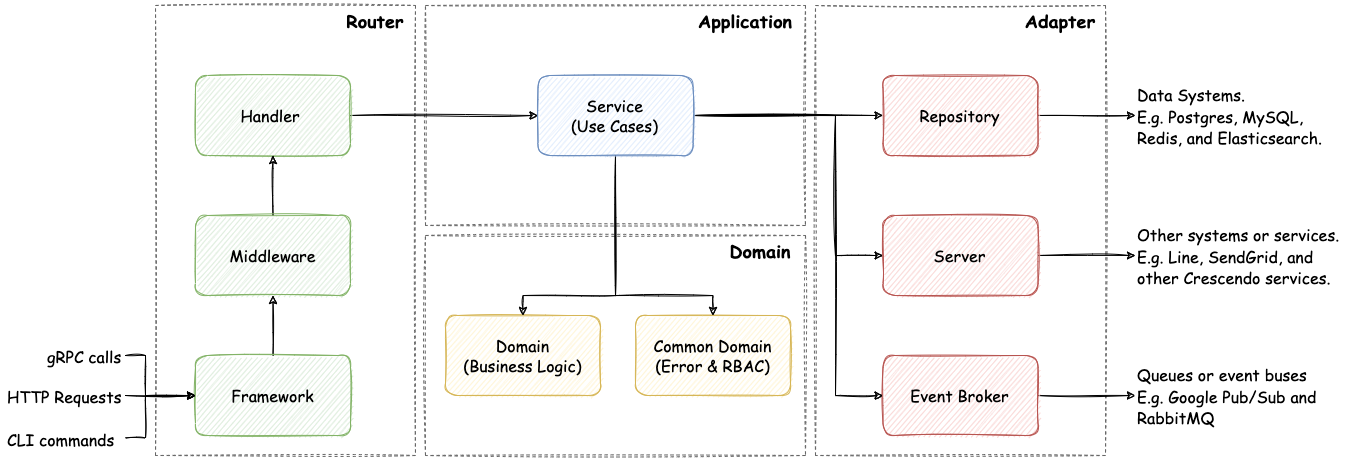
Before: docs/clean-architecture-overview.png, a diagram exported from draw.io (chatbotgang/go-clean-arch). Source tidied: cells renumbered, new cells last; positions are measured from the earlier drawing's top-left corner, leaving out a move shared by most shapes.
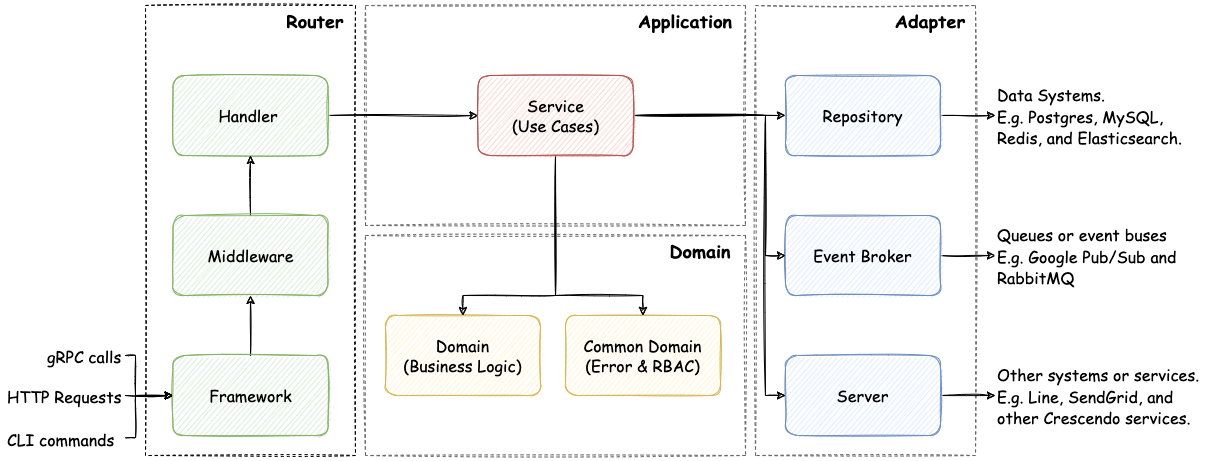
After the change.

Change to the diagram source:
```diff
@@ -2,17 +2,17 @@
   <root>
     <mxCell id="0" />
     <mxCell id="1" parent="0" />
+    <mxCell id="4" style="rounded=0;whiteSpace=wrap;html=1;sketch=1;fillColor=none;strokeColor=#666666;fontColor=#333333;dashed=1;" parent="1" vertex="1">
+      <mxGeometry x="420" width="380" height="220" as="geometry" />
+    </mxCell>
-    <mxCell id="2" style="rounded=0;whiteSpace=wrap;html=1;dashed=1;sketch=1;fillColor=none;strokeColor=#666666;fontColor=#333333;" parent="1" vertex="1">
-      <mxGeometry x="810" width="290" height="450" as="geometry" />
+    <mxCell id="2" style="rounded=0;whiteSpace=wrap;html=1;sketch=1;fillColor=none;strokeColor=#666666;fontColor=#333333;dashed=1;" parent="1" vertex="1">
+      <mxGeometry x="810" width="220" height="450" as="geometry" />
     </mxCell>
-    <mxCell id="3" style="rounded=0;whiteSpace=wrap;html=1;dashed=1;sketch=1;fillColor=none;strokeColor=#666666;fontColor=#333333;" parent="1" vertex="1">
+    <mxCell id="3" style="rounded=0;whiteSpace=wrap;html=1;sketch=1;fillColor=none;strokeColor=#666666;fontColor=#333333;dashed=1;" parent="1" vertex="1">
       <mxGeometry x="420" y="230" width="380" height="220" as="geometry" />
     </mxCell>
-    <mxCell id="4" style="rounded=0;whiteSpace=wrap;html=1;dashed=1;sketch=1;fillColor=none;strokeColor=#666666;fontColor=#333333;" parent="1" vertex="1">
-      <mxGeometry x="420" width="380" height="220" as="geometry" />
-    </mxCell>
-    <mxCell id="5" style="rounded=0;whiteSpace=wrap;html=1;dashed=1;sketch=1;fillColor=none;strokeColor=#666666;fontColor=#333333;" parent="1" vertex="1">
-      <mxGeometry x="150" width="260" height="450" as="geometry" />
+    <mxCell id="5" style="rounded=0;whiteSpace=wrap;html=1;sketch=1;dashed=1;strokeWidth=1;fillColor=none;fontColor=#333333;strokeColor=default;" parent="1" vertex="1">
+      <mxGeometry x="200" width="210" height="450" as="geometry" />
     </mxCell>
     <mxCell id="6" value="&lt;b&gt;&lt;font face=&quot;Comic Sans MS&quot; style=&quot;font-size: 18px;&quot;&gt;Router&lt;/font&gt;&lt;/b&gt;" style="text;html=1;strokeColor=none;fillColor=none;align=center;verticalAlign=middle;whiteSpace=wrap;rounded=0;dashed=1;" parent="1" vertex="1">
       <mxGeometry x="330" width="80" height="30" as="geometry" />
@@ -24,43 +24,43 @@
       <mxGeometry x="680" width="120" height="30" as="geometry" />
     </mxCell>
     <mxCell id="9" value="&lt;b&gt;&lt;font face=&quot;Comic Sans MS&quot; style=&quot;font-size: 18px;&quot;&gt;Adapter&lt;/font&gt;&lt;/b&gt;" style="text;html=1;strokeColor=none;fillColor=none;align=center;verticalAlign=middle;whiteSpace=wrap;rounded=0;dashed=1;" parent="1" vertex="1">
-      <mxGeometry x="1010" width="90" height="30" as="geometry" />
+      <mxGeometry x="940" width="90" height="30" as="geometry" />
     </mxCell>
     <mxCell id="10" value="&lt;font face=&quot;Comic Sans MS&quot; style=&quot;font-size: 16px;&quot;&gt;Domain&lt;br&gt;(Business Logic)&lt;br&gt;&lt;/font&gt;" style="rounded=1;whiteSpace=wrap;html=1;fontSize=14;sketch=1;fillColor=#fff2cc;strokeColor=#d6b656;" parent="1" vertex="1">
       <mxGeometry x="440" y="310" width="155" height="80" as="geometry" />
     </mxCell>
     <mxCell id="11" value="&lt;font face=&quot;Comic Sans MS&quot; style=&quot;font-size: 16px;&quot;&gt;Common Domain&lt;br&gt;(Error &amp;amp; RBAC)&lt;br&gt;&lt;/font&gt;" style="rounded=1;whiteSpace=wrap;html=1;fontSize=14;sketch=1;fillColor=#fff2cc;strokeColor=#d6b656;" parent="1" vertex="1">
-      <mxGeometry x="630" y="310" width="155" height="80" as="geometry" />
+      <mxGeometry x="620" y="310" width="155" height="80" as="geometry" />
     </mxCell>
     <mxCell id="12" style="edgeStyle=orthogonalEdgeStyle;rounded=0;sketch=1;jettySize=auto;html=1;exitX=1;exitY=0.5;exitDx=0;exitDy=0;fontFamily=Comic Sans MS;fontSize=18;" parent="1" edge="1" source="13" target="26">
       <mxGeometry relative="1" as="geometry" />
     </mxCell>
-    <mxCell id="13" value="&lt;font face=&quot;Comic Sans MS&quot; style=&quot;font-size: 16px;&quot;&gt;Repository&lt;br&gt;&lt;/font&gt;" style="rounded=1;whiteSpace=wrap;html=1;fontSize=14;sketch=1;fillColor=#f8cecc;strokeColor=#b85450;" parent="1" vertex="1">
-      <mxGeometry x="877.5" y="70" width="155" height="80" as="geometry" />
+    <mxCell id="13" value="&lt;font face=&quot;Comic Sans MS&quot; style=&quot;font-size: 16px;&quot;&gt;Repository&lt;br&gt;&lt;/font&gt;" style="rounded=1;whiteSpace=wrap;html=1;fontSize=14;sketch=1;fillColor=#dae8fc;strokeColor=#6c8ebf;" parent="1" vertex="1">
+      <mxGeometry x="840" y="70" width="155" height="80" as="geometry" />
     </mxCell>
     <mxCell id="14" style="edgeStyle=orthogonalEdgeStyle;rounded=0;sketch=1;jettySize=auto;html=1;exitX=1;exitY=0.5;exitDx=0;exitDy=0;fontFamily=Comic Sans MS;fontSize=14;" parent="1" edge="1" source="15" target="27">
       <mxGeometry relative="1" as="geometry" />
     </mxCell>
-    <mxCell id="15" value="&lt;font face=&quot;Comic Sans MS&quot; style=&quot;font-size: 16px;&quot;&gt;Server&lt;/font&gt;" style="rounded=1;whiteSpace=wrap;html=1;fontSize=14;sketch=1;fillColor=#f8cecc;strokeColor=#b85450;" parent="1" vertex="1">
-      <mxGeometry x="877.5" y="210" width="155" height="80" as="geometry" />
+    <mxCell id="15" value="&lt;font face=&quot;Comic Sans MS&quot; style=&quot;font-size: 16px;&quot;&gt;Server&lt;/font&gt;" style="rounded=1;whiteSpace=wrap;html=1;fontSize=14;sketch=1;fillColor=#dae8fc;strokeColor=#6c8ebf;" parent="1" vertex="1">
+      <mxGeometry x="840" y="350" width="155" height="80" as="geometry" />
     </mxCell>
     <mxCell id="16" style="edgeStyle=orthogonalEdgeStyle;rounded=0;sketch=1;jettySize=auto;html=1;exitX=1;exitY=0.5;exitDx=0;exitDy=0;fontFamily=Comic Sans MS;fontSize=14;" parent="1" edge="1" source="17" target="28">
       <mxGeometry relative="1" as="geometry" />
     </mxCell>
-    <mxCell id="17" value="&lt;font face=&quot;Comic Sans MS&quot; style=&quot;font-size: 16px;&quot;&gt;Event Broker&lt;br&gt;&lt;/font&gt;" style="rounded=1;whiteSpace=wrap;html=1;fontSize=14;sketch=1;fillColor=#f8cecc;strokeColor=#b85450;" parent="1" vertex="1">
-      <mxGeometry x="877.5" y="350" width="155" height="80" as="geometry" />
+    <mxCell id="17" value="&lt;font face=&quot;Comic Sans MS&quot; style=&quot;font-size: 16px;&quot;&gt;Event Broker&lt;br&gt;&lt;/font&gt;" style="rounded=1;whiteSpace=wrap;html=1;fontSize=14;sketch=1;fillColor=#dae8fc;strokeColor=#6c8ebf;" parent="1" vertex="1">
+      <mxGeometry x="840" y="210" width="155" height="80" as="geometry" />
     </mxCell>
     <mxCell id="18" style="edgeStyle=orthogonalEdgeStyle;rounded=0;sketch=1;jettySize=auto;html=1;exitX=1;exitY=0.5;exitDx=0;exitDy=0;fontFamily=Comic Sans MS;fontSize=14;" parent="1" edge="1" source="19" target="25">
       <mxGeometry relative="1" as="geometry" />
     </mxCell>
     <mxCell id="19" value="&lt;font face=&quot;Comic Sans MS&quot;&gt;&lt;span style=&quot;font-size: 16px;&quot;&gt;Handler&amp;nbsp;&lt;/span&gt;&lt;/font&gt;" style="rounded=1;whiteSpace=wrap;html=1;fontSize=14;sketch=1;fillColor=#d5e8d4;strokeColor=#82b366;" parent="1" vertex="1">
-      <mxGeometry x="190" y="70" width="155" height="80" as="geometry" />
+      <mxGeometry x="227.5" y="70" width="155" height="80" as="geometry" />
     </mxCell>
     <mxCell id="20" style="edgeStyle=orthogonalEdgeStyle;rounded=0;sketch=1;jettySize=auto;html=1;exitX=0.5;exitY=1;exitDx=0;exitDy=0;fontFamily=Comic Sans MS;fontSize=18;entryX=0.5;entryY=0;entryDx=0;entryDy=0;" parent="1" edge="1" source="25" target="11">
       <mxGeometry relative="1" as="geometry">
         <Array as="points">
           <mxPoint x="610" y="290" />
-          <mxPoint x="708" y="290" />
+          <mxPoint x="698" y="290" />
         </Array>
       </mxGeometry>
     </mxCell>
@@ -78,72 +78,70 @@
     <mxCell id="23" style="edgeStyle=orthogonalEdgeStyle;rounded=0;sketch=1;jettySize=auto;html=1;exitX=1;exitY=0.5;exitDx=0;exitDy=0;entryX=0;entryY=0.5;entryDx=0;entryDy=0;fontFamily=Comic Sans MS;fontSize=18;" parent="1" edge="1" source="25" target="15">
       <mxGeometry relative="1" as="geometry">
         <Array as="points">
-          <mxPoint x="830" y="110" />
-          <mxPoint x="830" y="250" />
-          <mxPoint x="878" y="250" />
+          <mxPoint x="820" y="110" />
+          <mxPoint x="820" y="390" />
         </Array>
       </mxGeometry>
     </mxCell>
     <mxCell id="24" style="edgeStyle=orthogonalEdgeStyle;rounded=0;sketch=1;jettySize=auto;html=1;exitX=1;exitY=0.5;exitDx=0;exitDy=0;entryX=0;entryY=0.5;entryDx=0;entryDy=0;fontFamily=Comic Sans MS;fontSize=18;" parent="1" edge="1" source="25" target="17">
       <mxGeometry relative="1" as="geometry">
         <Array as="points">
-          <mxPoint x="830" y="110" />
-          <mxPoint x="830" y="390" />
-          <mxPoint x="878" y="390" />
+          <mxPoint x="820" y="110" />
+          <mxPoint x="820" y="250" />
         </Array>
       </mxGeometry>
     </mxCell>
-    <mxCell id="25" value="&lt;font face=&quot;Comic Sans MS&quot; style=&quot;font-size: 16px;&quot;&gt;Service&lt;br&gt;(Use Cases)&lt;br&gt;&lt;/font&gt;" style="rounded=1;whiteSpace=wrap;html=1;fontSize=14;sketch=1;fillColor=#dae8fc;strokeColor=#6c8ebf;" parent="1" vertex="1">
+    <mxCell id="25" value="&lt;font face=&quot;Comic Sans MS&quot; style=&quot;font-size: 16px;&quot;&gt;Service&lt;br&gt;(Use Cases)&lt;br&gt;&lt;/font&gt;" style="rounded=1;whiteSpace=wrap;html=1;fontSize=14;sketch=1;fillColor=#f8cecc;strokeColor=#b85450;" parent="1" vertex="1">
       <mxGeometry x="532.5" y="70" width="155" height="80" as="geometry" />
     </mxCell>
     <mxCell id="26" value="&lt;font style=&quot;font-size: 16px;&quot;&gt;Data Systems. &lt;br&gt;E.g. Postgres, MySQL, Redis, and Elasticsearch.&amp;nbsp;&lt;/font&gt;" style="text;html=1;strokeColor=none;fillColor=none;align=left;verticalAlign=middle;whiteSpace=wrap;rounded=0;dashed=1;sketch=1;fontFamily=Comic Sans MS;fontSize=18;" parent="1" vertex="1">
-      <mxGeometry x="1130" y="77.5" width="210" height="65" as="geometry" />
+      <mxGeometry x="1050" y="77.5" width="210" height="65" as="geometry" />
     </mxCell>
     <mxCell id="27" value="&lt;font style=&quot;font-size: 16px;&quot;&gt;Other systems or services.&lt;br&gt;E.g. Line, SendGrid, and other Crescendo services.&lt;/font&gt;" style="text;html=1;strokeColor=none;fillColor=none;align=left;verticalAlign=middle;whiteSpace=wrap;rounded=0;dashed=1;sketch=1;fontFamily=Comic Sans MS;fontSize=18;" parent="1" vertex="1">
-      <mxGeometry x="1130" y="217.5" width="210" height="65" as="geometry" />
+      <mxGeometry x="1050" y="357.5" width="210" height="65" as="geometry" />
     </mxCell>
     <mxCell id="28" value="&lt;font style=&quot;font-size: 16px;&quot;&gt;Queues or event buses&lt;br&gt;E.g. Google Pub/Sub and RabbitMQ&lt;/font&gt;" style="text;html=1;strokeColor=none;fillColor=none;align=left;verticalAlign=middle;whiteSpace=wrap;rounded=0;dashed=1;sketch=1;fontFamily=Comic Sans MS;fontSize=18;" parent="1" vertex="1">
-      <mxGeometry x="1130" y="357.5" width="210" height="65" as="geometry" />
+      <mxGeometry x="1050" y="217.5" width="210" height="65" as="geometry" />
     </mxCell>
     <mxCell id="29" style="edgeStyle=orthogonalEdgeStyle;rounded=0;sketch=1;jettySize=auto;html=1;exitX=0.5;exitY=0;exitDx=0;exitDy=0;fontFamily=Comic Sans MS;fontSize=14;strokeColor=#000000;" parent="1" edge="1" source="30" target="19">
       <mxGeometry relative="1" as="geometry" />
     </mxCell>
     <mxCell id="30" value="&lt;font face=&quot;Comic Sans MS&quot;&gt;&lt;span style=&quot;font-size: 16px;&quot;&gt;Middleware&lt;/span&gt;&lt;/font&gt;" style="rounded=1;whiteSpace=wrap;html=1;fontSize=14;sketch=1;fillColor=#d5e8d4;strokeColor=#82b366;" parent="1" vertex="1">
-      <mxGeometry x="190" y="210" width="155" height="80" as="geometry" />
+      <mxGeometry x="227.5" y="210" width="155" height="80" as="geometry" />
     </mxCell>
     <mxCell id="31" style="edgeStyle=orthogonalEdgeStyle;rounded=0;sketch=1;jettySize=auto;html=1;exitX=0.5;exitY=0;exitDx=0;exitDy=0;fontFamily=Comic Sans MS;fontSize=14;strokeColor=#000000;" parent="1" edge="1" source="32" target="30">
       <mxGeometry relative="1" as="geometry" />
     </mxCell>
     <mxCell id="32" value="&lt;font face=&quot;Comic Sans MS&quot;&gt;&lt;span style=&quot;font-size: 16px;&quot;&gt;Framework&lt;/span&gt;&lt;/font&gt;" style="rounded=1;whiteSpace=wrap;html=1;fontSize=14;sketch=1;fillColor=#d5e8d4;strokeColor=#82b366;" parent="1" vertex="1">
-      <mxGeometry x="190" y="350" width="155" height="80" as="geometry" />
+      <mxGeometry x="227.5" y="350" width="155" height="80" as="geometry" />
     </mxCell>
     <mxCell id="33" style="edgeStyle=orthogonalEdgeStyle;rounded=0;sketch=1;jettySize=auto;html=1;exitX=1;exitY=0.5;exitDx=0;exitDy=0;fontFamily=Comic Sans MS;fontSize=14;strokeColor=#000000;" parent="1" edge="1" source="34" target="32">
       <mxGeometry relative="1" as="geometry" />
     </mxCell>
     <mxCell id="34" value="&lt;span style=&quot;font-size: 16px;&quot;&gt;HTTP&amp;nbsp;&lt;/span&gt;&lt;span style=&quot;font-size: 16px;&quot;&gt;Requests&lt;/span&gt;" style="text;html=1;strokeColor=none;fillColor=none;align=left;verticalAlign=middle;whiteSpace=wrap;rounded=0;dashed=1;sketch=1;fontFamily=Comic Sans MS;fontSize=18;" parent="1" vertex="1">
-      <mxGeometry y="375" width="120" height="30" as="geometry" />
+      <mxGeometry x="60" y="375" width="120" height="30" as="geometry" />
     </mxCell>
     <mxCell id="35" style="edgeStyle=orthogonalEdgeStyle;rounded=0;sketch=1;jettySize=auto;html=1;exitX=1;exitY=0.5;exitDx=0;exitDy=0;fontFamily=Comic Sans MS;fontSize=14;strokeColor=#000000;" parent="1" edge="1" source="36" target="32">
       <mxGeometry relative="1" as="geometry">
         <Array as="points">
-          <mxPoint x="140" y="350" />
-          <mxPoint x="140" y="390" />
+          <mxPoint x="190" y="350" />
+          <mxPoint x="190" y="390" />
         </Array>
       </mxGeometry>
     </mxCell>
     <mxCell id="36" value="&lt;span style=&quot;font-size: 16px;&quot;&gt;gRPC calls&lt;/span&gt;" style="text;html=1;strokeColor=none;fillColor=none;align=left;verticalAlign=middle;whiteSpace=wrap;rounded=0;dashed=1;sketch=1;fontFamily=Comic Sans MS;fontSize=18;" parent="1" vertex="1">
-      <mxGeometry x="40" y="330" width="80" height="40" as="geometry" />
+      <mxGeometry x="100" y="330" width="80" height="40" as="geometry" />
     </mxCell>
     <mxCell id="37" style="edgeStyle=orthogonalEdgeStyle;rounded=0;sketch=1;jettySize=auto;html=1;exitX=1;exitY=0.5;exitDx=0;exitDy=0;fontFamily=Comic Sans MS;fontSize=14;strokeColor=#000000;" parent="1" edge="1" source="38" target="32">
       <mxGeometry relative="1" as="geometry">
         <Array as="points">
-          <mxPoint x="140" y="433" />
-          <mxPoint x="140" y="390" />
+          <mxPoint x="190" y="433" />
+          <mxPoint x="190" y="390" />
         </Array>
       </mxGeometry>
     </mxCell>
     <mxCell id="38" value="&lt;span style=&quot;font-size: 16px;&quot;&gt;CLI commands&lt;/span&gt;" style="text;html=1;strokeColor=none;fillColor=none;align=left;verticalAlign=middle;whiteSpace=wrap;rounded=0;dashed=1;sketch=1;fontFamily=Comic Sans MS;fontSize=18;" parent="1" vertex="1">
-      <mxGeometry y="415" width="120" height="35" as="geometry" />
+      <mxGeometry x="60" y="415" width="120" height="35" as="geometry" />
     </mxCell>
   </root>
 </mxGraphModel>
```
